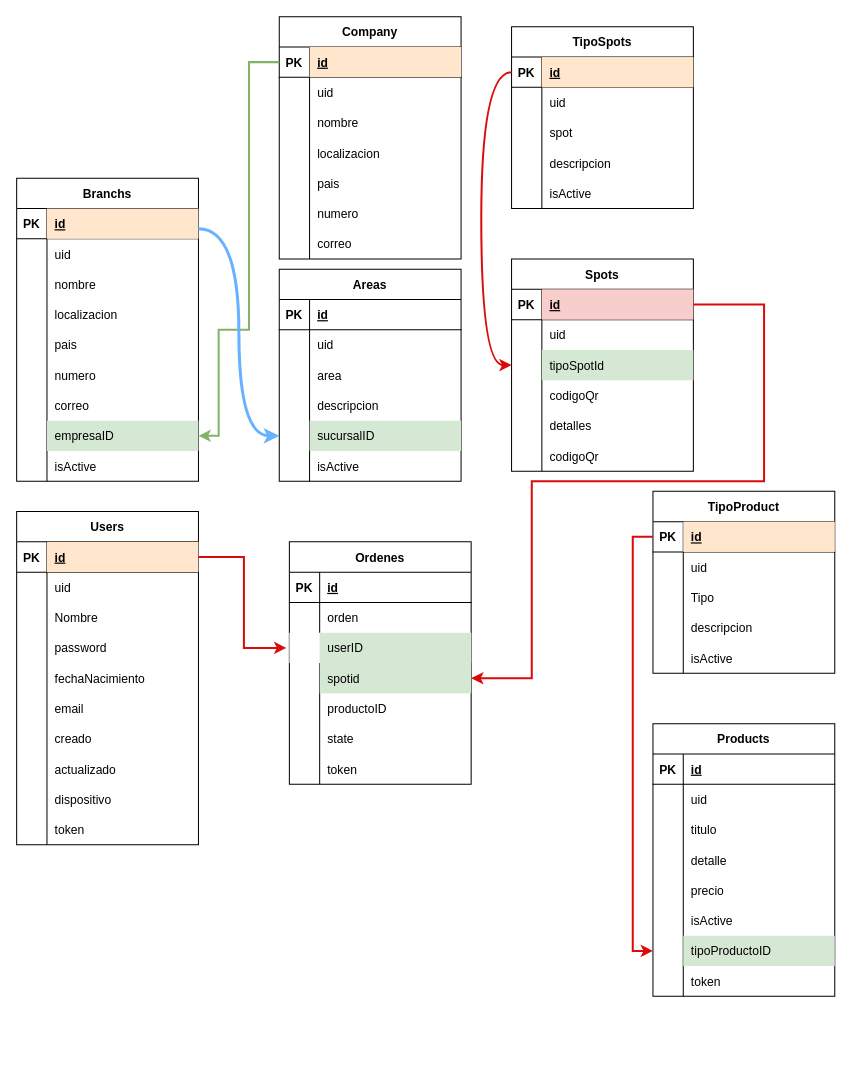
Above: mimoso.drawio in jsgsoftwares/mimoso (draw.io), before the change. Source tidied: cells renumbered, new cells numbered last; positions are measured from the earlier drawing's top-left corner, leaving out a move shared by most shapes. Both pictures are drawn from the tidied source at 101%, with x=0, y=0 at pixel (16, 16).
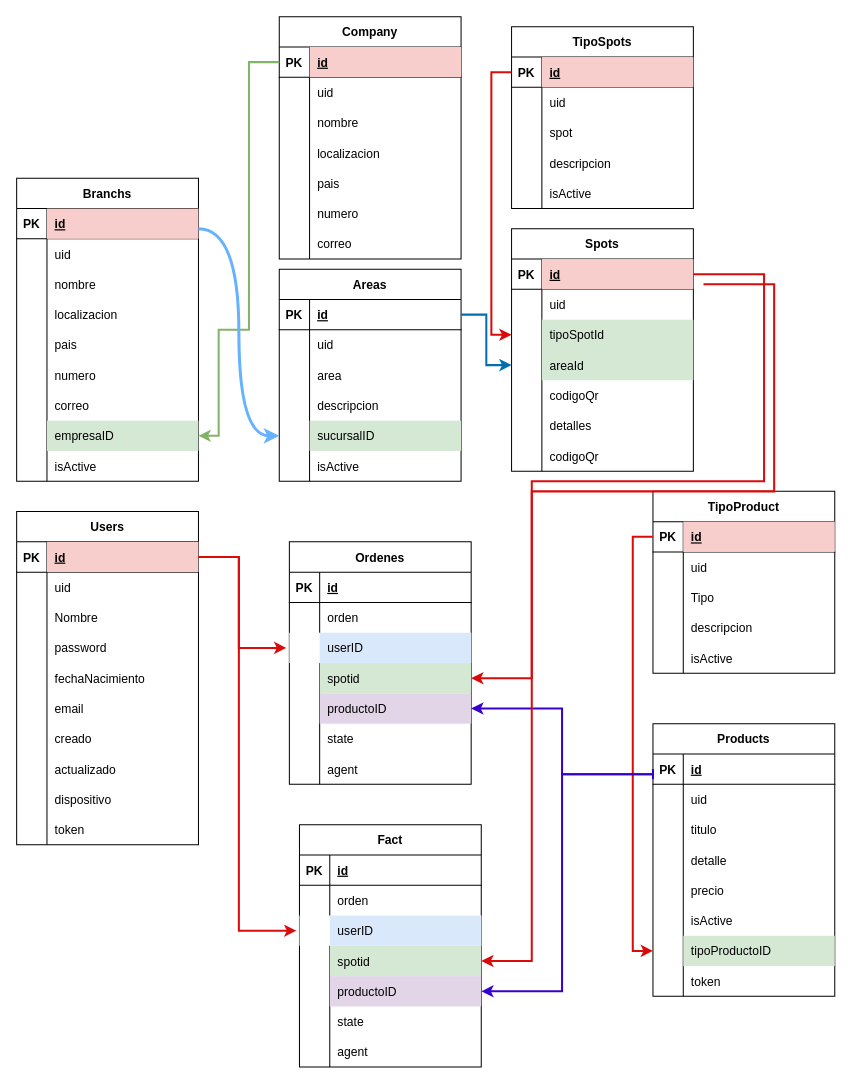
After the change.

Unchanged cells that the change refers to:
```xml
<mxCell id="3" style="shape=tableRow;horizontal=0;startSize=0;swimlaneHead=0;swimlaneBody=0;fillColor=none;points=[[0,0.5],[1,0.5]];portConstraint=eastwest;top=0;left=0;right=0;bottom=1;" parent="2" vertex="1">
  <mxGeometry y="30" width="180" height="30" as="geometry" />
</mxCell>
<mxCell id="25" style="shape=tableRow;horizontal=0;startSize=0;swimlaneHead=0;swimlaneBody=0;fillColor=none;points=[[0,0.5],[1,0.5]];portConstraint=eastwest;top=0;left=0;right=0;bottom=1;" parent="24" vertex="1">
  <mxGeometry y="30" width="180" height="30" as="geometry" />
</mxCell>
<mxCell id="54" style="shape=tableRow;horizontal=0;startSize=0;swimlaneHead=0;swimlaneBody=0;fillColor=none;points=[[0,0.5],[1,0.5]];portConstraint=eastwest;top=0;left=0;right=0;bottom=1;" parent="53" vertex="1">
  <mxGeometry y="30" width="180" height="30" as="geometry" />
</mxCell>
<mxCell id="74" style="shape=tableRow;horizontal=0;startSize=0;swimlaneHead=0;swimlaneBody=0;fillColor=none;points=[[0,0.5],[1,0.5]];portConstraint=eastwest;top=0;left=0;right=0;bottom=1;" parent="73" vertex="1">
  <mxGeometry y="30" width="180" height="30" as="geometry" />
</mxCell>
<mxCell id="90" style="shape=tableRow;horizontal=0;startSize=0;swimlaneHead=0;swimlaneBody=0;fillColor=none;points=[[0,0.5],[1,0.5]];portConstraint=eastwest;top=0;left=0;right=0;bottom=1;" parent="89" vertex="1">
  <mxGeometry y="30" width="180" height="30" as="geometry" />
</mxCell>
<mxCell id="96" style="shape=tableRow;horizontal=0;startSize=0;swimlaneHead=0;swimlaneBody=0;fillColor=none;points=[[0,0.5],[1,0.5]];portConstraint=eastwest;top=0;left=0;right=0;bottom=0;" parent="89" vertex="1">
  <mxGeometry y="90" width="180" height="30" as="geometry" />
</mxCell>
<mxCell id="110" style="shape=tableRow;horizontal=0;startSize=0;swimlaneHead=0;swimlaneBody=0;fillColor=none;points=[[0,0.5],[1,0.5]];portConstraint=eastwest;top=0;left=0;right=0;bottom=1;" parent="109" vertex="1">
  <mxGeometry y="30" width="180" height="30" as="geometry" />
</mxCell>
<mxCell id="141" style="shape=tableRow;horizontal=0;startSize=0;swimlaneHead=0;swimlaneBody=0;fillColor=none;points=[[0,0.5],[1,0.5]];portConstraint=eastwest;top=0;left=0;right=0;bottom=1;" parent="140" vertex="1">
  <mxGeometry y="30" width="180" height="30" as="geometry" />
</mxCell>
<mxCell id="166" style="shape=tableRow;horizontal=0;startSize=0;swimlaneHead=0;swimlaneBody=0;fillColor=none;points=[[0,0.5],[1,0.5]];portConstraint=eastwest;top=0;left=0;right=0;bottom=1;" parent="165" vertex="1">
  <mxGeometry y="30" width="180" height="30" as="geometry" />
</mxCell>
<mxCell id="189" style="shape=tableRow;horizontal=0;startSize=0;swimlaneHead=0;swimlaneBody=0;fillColor=default;points=[[0,0.5],[1,0.5]];portConstraint=eastwest;top=0;left=0;right=0;bottom=0;perimeterSpacing=3;" parent="182" vertex="1">
  <mxGeometry y="90" width="180" height="30" as="geometry" />
</mxCell>
<mxCell id="192" style="shape=tableRow;horizontal=0;startSize=0;swimlaneHead=0;swimlaneBody=0;fillColor=none;points=[[0,0.5],[1,0.5]];portConstraint=eastwest;top=0;left=0;right=0;bottom=0;" parent="182" vertex="1">
  <mxGeometry y="120" width="180" height="30" as="geometry" />
</mxCell>
<mxCell id="195" style="shape=tableRow;horizontal=0;startSize=0;swimlaneHead=0;swimlaneBody=0;fillColor=none;points=[[0,0.5],[1,0.5]];portConstraint=eastwest;top=0;left=0;right=0;bottom=0;" parent="182" vertex="1">
  <mxGeometry y="150" width="180" height="30" as="geometry" />
</mxCell>
<mxCell id="201" style="shape=tableRow;horizontal=0;startSize=0;swimlaneHead=0;swimlaneBody=0;fillColor=none;top=0;left=0;right=0;bottom=0;" parent="182" vertex="1">
  <mxGeometry y="210" width="180" height="30" as="geometry" />
</mxCell>
```

What changed in the source:
```diff
@@
-    <mxCell id="5" value="id" style="shape=partialRectangle;fillColor=#ffe6cc;top=0;left=0;bottom=0;right=0;align=left;spacingLeft=6;fontStyle=5;overflow=hidden;strokeColor=#d79b00;" parent="3" vertex="1">
+    <mxCell id="5" value="id" style="shape=partialRectangle;fillColor=#f8cecc;top=0;left=0;bottom=0;right=0;align=left;spacingLeft=6;fontStyle=5;overflow=hidden;strokeColor=#b85450;" parent="3" vertex="1">
       <mxGeometry x="30" width="150" height="30" as="geometry" />
     </mxCell>
@@
-    <mxCell id="27" value="id" style="shape=partialRectangle;fillColor=#ffe6cc;top=0;left=0;bottom=0;right=0;align=left;spacingLeft=6;fontStyle=5;overflow=hidden;strokeColor=#d79b00;" parent="25" vertex="1">
+    <mxCell id="27" value="id" style="shape=partialRectangle;fillColor=#f8cecc;top=0;left=0;bottom=0;right=0;align=left;spacingLeft=6;fontStyle=5;overflow=hidden;strokeColor=#b85450;" parent="25" vertex="1">
       <mxGeometry x="30" width="150" height="30" as="geometry" />
     </mxCell>
@@
-    <mxCell id="76" value="id" style="shape=partialRectangle;fillColor=#ffe6cc;top=0;left=0;bottom=0;right=0;align=left;spacingLeft=6;fontStyle=5;overflow=hidden;strokeColor=#d79b00;" parent="74" vertex="1">
+    <mxCell id="76" value="id" style="shape=partialRectangle;fillColor=#f8cecc;top=0;left=0;bottom=0;right=0;align=left;spacingLeft=6;fontStyle=5;overflow=hidden;strokeColor=#b85450;" parent="74" vertex="1">
       <mxGeometry x="30" width="150" height="30" as="geometry" />
     </mxCell>
@@
     <mxCell id="89" value="Spots" style="shape=table;startSize=30;childLayout=tableLayout;rowLines=0;fontStyle=1;align=center;" parent="1" vertex="1">
-      <mxGeometry x="490" y="240" width="180" height="210" as="geometry" />
+      <mxGeometry x="490" y="210" width="180" height="240" as="geometry" />
     </mxCell>
@@
+    <mxCell id="206" style="shape=tableRow;horizontal=0;startSize=0;swimlaneHead=0;swimlaneBody=0;fillColor=none;points=[[0,0.5],[1,0.5]];portConstraint=eastwest;top=0;left=0;right=0;bottom=0;" parent="89" vertex="1">
+      <mxGeometry y="120" width="180" height="30" as="geometry" />
+    </mxCell>
+    <mxCell id="207" style="shape=partialRectangle;fillColor=none;top=0;left=0;bottom=0;right=0;overflow=hidden;" parent="206" vertex="1">
+      <mxGeometry width="30" height="30" as="geometry" />
+    </mxCell>
+    <mxCell id="208" value="areaId" style="shape=partialRectangle;fillColor=#d5e8d4;top=0;left=0;bottom=0;right=0;align=left;spacingLeft=6;overflow=hidden;strokeColor=#82b366;" parent="206" vertex="1">
+      <mxGeometry x="30" width="150" height="30" as="geometry" />
+    </mxCell>
     <mxCell id="99" style="shape=tableRow;horizontal=0;startSize=0;swimlaneHead=0;swimlaneBody=0;fillColor=none;top=0;left=0;right=0;bottom=0;" parent="89" vertex="1">
-      <mxGeometry y="120" width="180" height="30" as="geometry" />
+      <mxGeometry y="150" width="180" height="30" as="geometry" />
     </mxCell>
@@
     <mxCell id="102" style="shape=tableRow;horizontal=0;startSize=0;swimlaneHead=0;swimlaneBody=0;fillColor=none;top=0;left=0;right=0;bottom=0;" parent="89" vertex="1">
-      <mxGeometry y="150" width="180" height="30" as="geometry" />
+      <mxGeometry y="180" width="180" height="30" as="geometry" />
     </mxCell>
@@
     <mxCell id="105" style="shape=tableRow;horizontal=0;startSize=0;swimlaneHead=0;swimlaneBody=0;fillColor=none;top=0;left=0;right=0;bottom=0;" parent="89" vertex="1">
-      <mxGeometry y="180" width="180" height="30" as="geometry" />
+      <mxGeometry y="210" width="180" height="30" as="geometry" />
     </mxCell>
@@
-    <mxCell id="108" style="edgeStyle=orthogonalEdgeStyle;rounded=0;jettySize=auto;html=1;entryX=0;entryY=0.5;entryDx=0;entryDy=0;curved=1;strokeColor=#da0b0b;strokeWidth=2;" parent="1" edge="1" source="74" target="96">
-      <mxGeometry relative="1" as="geometry">
-        <Array as="points">
-          <mxPoint x="460" y="55" />
-          <mxPoint x="460" y="345" />
-        </Array>
-      </mxGeometry>
-    </mxCell>
@@
-    <mxCell id="112" value="id" style="shape=partialRectangle;fillColor=#ffe6cc;top=0;left=0;bottom=0;right=0;align=left;spacingLeft=6;fontStyle=5;overflow=hidden;strokeColor=#d79b00;" parent="110" vertex="1">
+    <mxCell id="112" value="id" style="shape=partialRectangle;fillColor=#f8cecc;top=0;left=0;bottom=0;right=0;align=left;spacingLeft=6;fontStyle=5;overflow=hidden;strokeColor=#b85450;" parent="110" vertex="1">
       <mxGeometry x="30" width="150" height="30" as="geometry" />
     </mxCell>
@@
-    <mxCell id="168" value="id" style="shape=partialRectangle;fillColor=#ffe6cc;top=0;left=0;bottom=0;right=0;align=left;spacingLeft=6;fontStyle=5;overflow=hidden;strokeColor=#d79b00;" parent="166" vertex="1">
+    <mxCell id="168" value="id" style="shape=partialRectangle;fillColor=#f8cecc;top=0;left=0;bottom=0;right=0;align=left;spacingLeft=6;fontStyle=5;overflow=hidden;strokeColor=#b85450;" parent="166" vertex="1">
       <mxGeometry x="30" width="150" height="30" as="geometry" />
     </mxCell>
@@
-    <mxCell id="191" value="userID" style="shape=partialRectangle;top=0;left=0;bottom=0;right=0;align=left;spacingLeft=6;overflow=hidden;fillColor=#d5e8d4;strokeColor=#82b366;shadow=0;perimeterSpacing=8;labelBorderColor=none;labelBackgroundColor=none;" parent="189" vertex="1">
+    <mxCell id="191" value="userID" style="shape=partialRectangle;top=0;left=0;bottom=0;right=0;align=left;spacingLeft=6;overflow=hidden;fillColor=#dae8fc;strokeColor=#6c8ebf;shadow=0;perimeterSpacing=8;labelBorderColor=none;labelBackgroundColor=none;" parent="189" vertex="1">
       <mxGeometry x="30" width="150" height="30" as="geometry" />
     </mxCell>
@@
-    <mxCell id="197" value="productoID" style="shape=partialRectangle;fillColor=none;top=0;left=0;bottom=0;right=0;align=left;spacingLeft=6;overflow=hidden;" parent="195" vertex="1">
+    <mxCell id="197" value="productoID" style="shape=partialRectangle;fillColor=#e1d5e7;top=0;left=0;bottom=0;right=0;align=left;spacingLeft=6;overflow=hidden;strokeColor=#9673a6;" parent="195" vertex="1">
       <mxGeometry x="30" width="150" height="30" as="geometry" />
     </mxCell>
@@
-    <mxCell id="203" value="token" style="shape=partialRectangle;fillColor=none;top=0;left=0;bottom=0;right=0;align=left;spacingLeft=6;overflow=hidden;" parent="201" vertex="1">
+    <mxCell id="203" value="agent" style="shape=partialRectangle;fillColor=none;top=0;left=0;bottom=0;right=0;align=left;spacingLeft=6;overflow=hidden;" parent="201" vertex="1">
       <mxGeometry x="30" width="150" height="30" as="geometry" />
     </mxCell>
     <mxCell id="204" style="edgeStyle=orthogonalEdgeStyle;rounded=0;jettySize=auto;html=1;entryX=0;entryY=0.5;entryDx=0;entryDy=0;strokeColor=#da0b0b;strokeWidth=2;" parent="1" edge="1" source="110" target="189">
-      <mxGeometry relative="1" as="geometry" />
+      <mxGeometry relative="1" as="geometry">
+        <Array as="points">
+          <mxPoint x="220" y="535" />
+          <mxPoint x="220" y="625" />
+        </Array>
+      </mxGeometry>
     </mxCell>
     <mxCell id="205" style="edgeStyle=orthogonalEdgeStyle;rounded=0;jettySize=auto;html=1;strokeColor=#da0b0b;strokeWidth=2;" parent="1" edge="1" source="90" target="192">
       <mxGeometry relative="1" as="geometry">
         <Array as="points">
-          <mxPoint x="740" y="285" />
+          <mxPoint x="740" y="255" />
           <mxPoint x="740" y="460" />
           <mxPoint x="510" y="460" />
           <mxPoint x="510" y="655" />
         </Array>
       </mxGeometry>
     </mxCell>
+    <mxCell id="108" style="edgeStyle=orthogonalEdgeStyle;rounded=0;jettySize=auto;html=1;entryX=0;entryY=0.5;entryDx=0;entryDy=0;strokeColor=#da0b0b;strokeWidth=2;" parent="1" edge="1" source="74" target="96">
+      <mxGeometry relative="1" as="geometry" />
+    </mxCell>
+    <mxCell id="209" style="edgeStyle=orthogonalEdgeStyle;rounded=0;jettySize=auto;html=1;exitX=1;exitY=0.5;exitDx=0;exitDy=0;entryX=0;entryY=0.5;entryDx=0;entryDy=0;strokeColor=#006EAF;strokeWidth=2;fillColor=#1ba1e2;" parent="1" edge="1" source="54" target="206">
+      <mxGeometry relative="1" as="geometry" />
+    </mxCell>
+    <mxCell id="210" style="edgeStyle=orthogonalEdgeStyle;rounded=0;jettySize=auto;html=1;exitX=0;exitY=0.5;exitDx=0;exitDy=0;entryX=1;entryY=0.5;entryDx=0;entryDy=0;strokeColor=#3700CC;strokeWidth=2;fillColor=#6a00ff;" parent="1" edge="1" source="141" target="195">
+      <mxGeometry relative="1" as="geometry">
+        <Array as="points">
+          <mxPoint x="630" y="750" />
+          <mxPoint x="540" y="750" />
+          <mxPoint x="540" y="685" />
+        </Array>
+      </mxGeometry>
+    </mxCell>
+    <mxCell id="211" value="Fact" style="shape=table;startSize=30;childLayout=tableLayout;rowLines=0;fontStyle=1;align=center;labelBorderColor=none;" parent="1" vertex="1">
+      <mxGeometry x="280" y="800" width="180" height="240" as="geometry" />
+    </mxCell>
+    <mxCell id="212" style="shape=tableRow;horizontal=0;startSize=0;swimlaneHead=0;swimlaneBody=0;fillColor=none;top=0;left=0;right=0;bottom=1;" parent="211" vertex="1">
+      <mxGeometry y="30" width="180" height="30" as="geometry" />
+    </mxCell>
+    <mxCell id="213" value="PK" style="shape=partialRectangle;fillColor=none;top=0;left=0;bottom=0;right=0;fontStyle=1;overflow=hidden;" parent="212" vertex="1">
+      <mxGeometry width="30" height="30" as="geometry" />
+    </mxCell>
+    <mxCell id="214" value="id" style="shape=partialRectangle;fillColor=none;top=0;left=0;bottom=0;right=0;align=left;spacingLeft=6;fontStyle=5;overflow=hidden;" parent="212" vertex="1">
+      <mxGeometry x="30" width="150" height="30" as="geometry" />
+    </mxCell>
+    <mxCell id="215" style="shape=tableRow;horizontal=0;startSize=0;swimlaneHead=0;swimlaneBody=0;fillColor=none;top=0;left=0;right=0;bottom=0;" parent="211" vertex="1">
+      <mxGeometry y="60" width="180" height="30" as="geometry" />
+    </mxCell>
+    <mxCell id="216" style="shape=partialRectangle;fillColor=none;top=0;left=0;bottom=0;right=0;overflow=hidden;" parent="215" vertex="1">
+      <mxGeometry width="30" height="30" as="geometry" />
+    </mxCell>
+    <mxCell id="217" value="orden" style="shape=partialRectangle;fillColor=none;top=0;left=0;bottom=0;right=0;align=left;spacingLeft=6;overflow=hidden;" parent="215" vertex="1">
+      <mxGeometry x="30" width="150" height="30" as="geometry" />
+    </mxCell>
+    <mxCell id="218" style="shape=tableRow;horizontal=0;startSize=0;swimlaneHead=0;swimlaneBody=0;fillColor=default;points=[[0,0.5],[1,0.5]];portConstraint=eastwest;top=0;left=0;right=0;bottom=0;perimeterSpacing=3;" parent="211" vertex="1">
+      <mxGeometry y="90" width="180" height="30" as="geometry" />
+    </mxCell>
+    <mxCell id="219" style="shape=partialRectangle;fillColor=none;top=0;left=0;bottom=0;right=0;overflow=hidden;" parent="218" vertex="1">
+      <mxGeometry width="30" height="30" as="geometry" />
+    </mxCell>
+    <mxCell id="220" value="userID" style="shape=partialRectangle;top=0;left=0;bottom=0;right=0;align=left;spacingLeft=6;overflow=hidden;fillColor=#dae8fc;strokeColor=#6c8ebf;shadow=0;perimeterSpacing=8;labelBorderColor=none;labelBackgroundColor=none;" parent="218" vertex="1">
+      <mxGeometry x="30" width="150" height="30" as="geometry" />
+    </mxCell>
+    <mxCell id="221" style="shape=tableRow;horizontal=0;startSize=0;swimlaneHead=0;swimlaneBody=0;fillColor=none;points=[[0,0.5],[1,0.5]];portConstraint=eastwest;top=0;left=0;right=0;bottom=0;" parent="211" vertex="1">
+      <mxGeometry y="120" width="180" height="30" as="geometry" />
+    </mxCell>
+    <mxCell id="222" style="shape=partialRectangle;fillColor=none;top=0;left=0;bottom=0;right=0;overflow=hidden;" parent="221" vertex="1">
+      <mxGeometry width="30" height="30" as="geometry" />
+    </mxCell>
+    <mxCell id="223" value="spotid" style="shape=partialRectangle;top=0;left=0;bottom=0;right=0;align=left;spacingLeft=6;overflow=hidden;fillColor=#d5e8d4;strokeColor=#82b366;" parent="221" vertex="1">
+      <mxGeometry x="30" width="150" height="30" as="geometry" />
+    </mxCell>
+    <mxCell id="224" style="shape=tableRow;horizontal=0;startSize=0;swimlaneHead=0;swimlaneBody=0;fillColor=none;points=[[0,0.5],[1,0.5]];portConstraint=eastwest;top=0;left=0;right=0;bottom=0;" parent="211" vertex="1">
+      <mxGeometry y="150" width="180" height="30" as="geometry" />
+    </mxCell>
+    <mxCell id="225" style="shape=partialRectangle;fillColor=none;top=0;left=0;bottom=0;right=0;overflow=hidden;" parent="224" vertex="1">
+      <mxGeometry width="30" height="30" as="geometry" />
+    </mxCell>
+    <mxCell id="226" value="productoID" style="shape=partialRectangle;fillColor=#e1d5e7;top=0;left=0;bottom=0;right=0;align=left;spacingLeft=6;overflow=hidden;strokeColor=#9673a6;" parent="224" vertex="1">
+      <mxGeometry x="30" width="150" height="30" as="geometry" />
+    </mxCell>
+    <mxCell id="227" style="shape=tableRow;horizontal=0;startSize=0;swimlaneHead=0;swimlaneBody=0;fillColor=none;top=0;left=0;right=0;bottom=0;" parent="211" vertex="1">
+      <mxGeometry y="180" width="180" height="30" as="geometry" />
+    </mxCell>
+    <mxCell id="228" style="shape=partialRectangle;fillColor=none;top=0;left=0;bottom=0;right=0;overflow=hidden;" parent="227" vertex="1">
+      <mxGeometry width="30" height="30" as="geometry" />
+    </mxCell>
+    <mxCell id="229" value="state" style="shape=partialRectangle;fillColor=none;top=0;left=0;bottom=0;right=0;align=left;spacingLeft=6;overflow=hidden;" parent="227" vertex="1">
+      <mxGeometry x="30" width="150" height="30" as="geometry" />
+    </mxCell>
+    <mxCell id="230" style="shape=tableRow;horizontal=0;startSize=0;swimlaneHead=0;swimlaneBody=0;fillColor=none;top=0;left=0;right=0;bottom=0;" parent="211" vertex="1">
+      <mxGeometry y="210" width="180" height="30" as="geometry" />
+    </mxCell>
+    <mxCell id="231" style="shape=partialRectangle;fillColor=none;top=0;left=0;bottom=0;right=0;overflow=hidden;" parent="230" vertex="1">
+      <mxGeometry width="30" height="30" as="geometry" />
+    </mxCell>
+    <mxCell id="232" value="agent" style="shape=partialRectangle;fillColor=none;top=0;left=0;bottom=0;right=0;align=left;spacingLeft=6;overflow=hidden;" parent="230" vertex="1">
+      <mxGeometry x="30" width="150" height="30" as="geometry" />
+    </mxCell>
+    <mxCell id="233" style="edgeStyle=orthogonalEdgeStyle;rounded=0;jettySize=auto;html=1;entryX=1;entryY=0.5;entryDx=0;entryDy=0;strokeColor=#3700CC;strokeWidth=2;fillColor=#6a00ff;" parent="1" edge="1" target="224">
+      <mxGeometry relative="1" as="geometry">
+        <mxPoint x="630" y="750" as="sourcePoint" />
+        <Array as="points">
+          <mxPoint x="630" y="755" />
+          <mxPoint x="630" y="750" />
+          <mxPoint x="540" y="750" />
+          <mxPoint x="540" y="965" />
+        </Array>
+      </mxGeometry>
+    </mxCell>
+    <mxCell id="234" style="edgeStyle=orthogonalEdgeStyle;rounded=0;jettySize=auto;html=1;strokeColor=#da0b0b;strokeWidth=2;entryX=1;entryY=0.5;entryDx=0;entryDy=0;" parent="1" edge="1" target="221">
+      <mxGeometry relative="1" as="geometry">
+        <mxPoint x="680" y="265" as="sourcePoint" />
+        <Array as="points">
+          <mxPoint x="750" y="265" />
+          <mxPoint x="750" y="470" />
+          <mxPoint x="510" y="470" />
+          <mxPoint x="510" y="935" />
+        </Array>
+      </mxGeometry>
+    </mxCell>
+    <mxCell id="235" style="edgeStyle=orthogonalEdgeStyle;rounded=0;jettySize=auto;html=1;entryX=0;entryY=0.5;entryDx=0;entryDy=0;strokeColor=#da0b0b;strokeWidth=2;exitX=1;exitY=0.5;exitDx=0;exitDy=0;" parent="1" edge="1" source="110" target="218">
+      <mxGeometry relative="1" as="geometry">
+        <Array as="points">
+          <mxPoint x="220" y="535" />
+          <mxPoint x="220" y="905" />
+        </Array>
+      </mxGeometry>
+    </mxCell>
```
